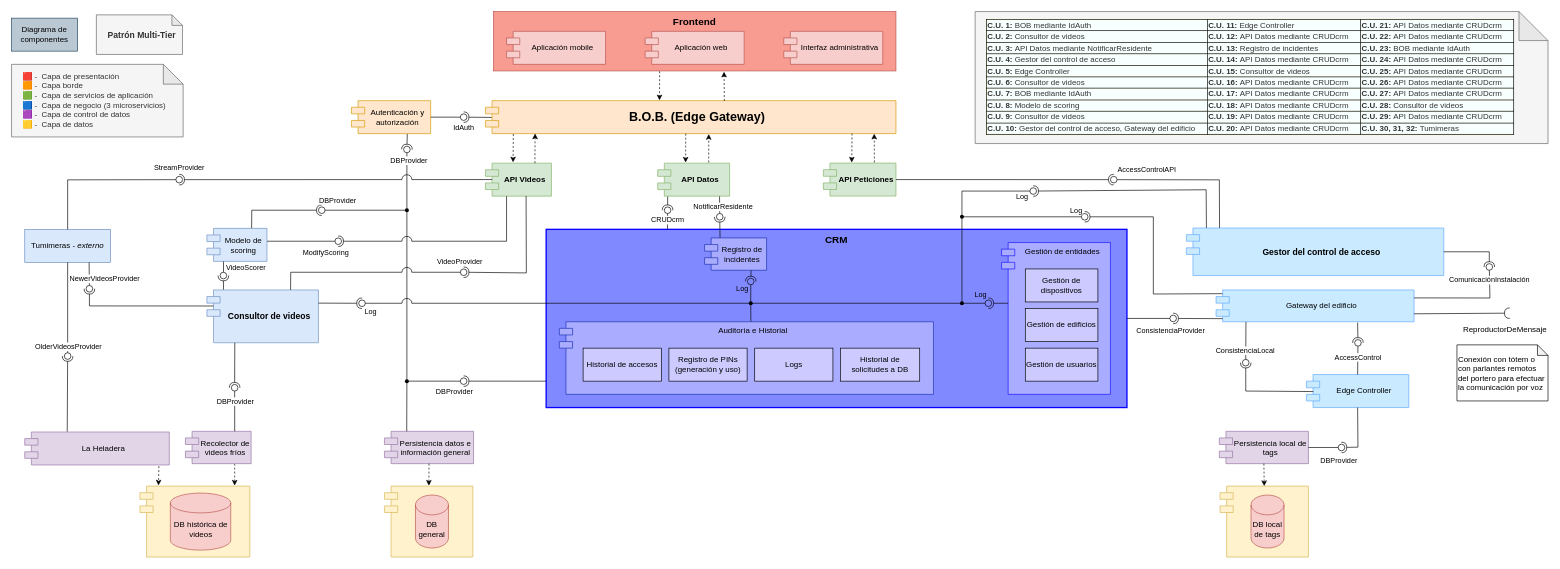
LIMoreno04/Caso-de-estudio---WolfSys---Arquitectura keeps this draw.io diagram as Documentación de la arquitectura/Diagramas/Editables-drawio/Diagrama-de-componentes.drawio. Above is the earlier version. Source tidied: cells renumbered, new cells numbered last; positions are measured from the earlier drawing's top-left corner, leaving out a move shared by most shapes. Both pictures are drawn from the tidied source at 66%, with x=0, y=0 at pixel (11, 11).
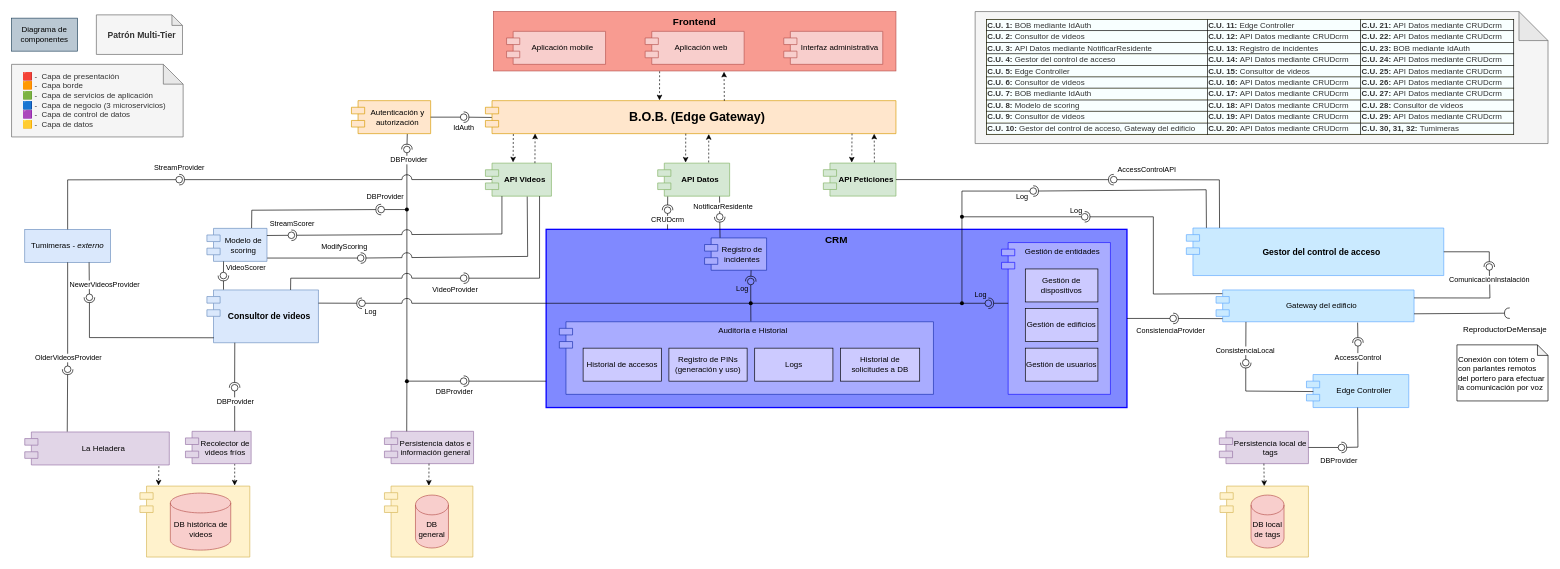
The same diagram, later.

Commit message (it also covers changes not shown here):
modificaciones al modelo de componentes

The change refers to these unchanged cells:
```xml
<mxCell id="10" value="API Videos" style="shape=module;align=left;spacingLeft=20;align=center;verticalAlign=middle;whiteSpace=wrap;html=1;fontStyle=1;fillColor=#d5e8d4;strokeColor=#82b366;" parent="1" vertex="1">
  <mxGeometry x="718" y="229.7" width="100" height="50" as="geometry" />
</mxCell>
<mxCell id="38" value="Consultor de videos" style="shape=module;align=left;spacingLeft=20;align=center;verticalAlign=middle;whiteSpace=wrap;html=1;fontStyle=1;fontSize=13;fillColor=#dae8fc;strokeColor=#6c8ebf;" parent="1" vertex="1">
  <mxGeometry x="296" y="421.8" width="169" height="80" as="geometry" />
</mxCell>
<mxCell id="43" value="Modelo de scoring" style="shape=module;align=left;spacingLeft=20;align=center;verticalAlign=middle;whiteSpace=wrap;html=1;fillColor=#dae8fc;strokeColor=#6c8ebf;" parent="1" vertex="1">
  <mxGeometry x="296" y="328.5" width="91" height="50" as="geometry" />
</mxCell>
```

The edit, as a diff of the source:
```diff
@@
-    <mxCell id="39" style="rounded=0;jettySize=auto;html=1;endArrow=halfCircle;endFill=0;endSize=6;strokeWidth=1;sketch=0;exitX=0.616;exitY=0.995;exitDx=0;exitDy=0;jumpStyle=arc;jumpSize=15;exitPerimeter=0;" parent="1" edge="1" source="10" target="42">
+    <mxCell id="39" style="rounded=0;jettySize=auto;html=1;endArrow=halfCircle;endFill=0;endSize=6;strokeWidth=1;sketch=0;exitX=0.82;exitY=0.999;exitDx=0;exitDy=0;jumpStyle=arc;jumpSize=15;exitPerimeter=0;" parent="1" edge="1" source="10" target="42">
       <mxGeometry relative="1" as="geometry">
         <Array as="points">
-          <mxPoint x="780" y="396" />
+          <mxPoint x="800" y="404" />
         </Array>
       </mxGeometry>
     </mxCell>
     <mxCell id="40" value="VideoProvider" style="edgeLabel;html=1;align=center;verticalAlign=middle;" parent="39" vertex="1">
       <mxGeometry x="0.57" relative="1" as="geometry">
-        <mxPoint x="-52" y="-17" as="offset" />
+        <mxPoint x="-65" y="16" as="offset" />
       </mxGeometry>
     </mxCell>
     <mxCell id="41" style="rounded=0;jettySize=auto;html=1;endArrow=oval;endFill=0;sketch=0;sourcePerimeterSpacing=0;targetPerimeterSpacing=0;endSize=10;jumpStyle=arc;jumpSize=15;exitX=0.75;exitY=0;exitDx=0;exitDy=0;" parent="1" edge="1" source="38" target="42">
       <mxGeometry relative="1" as="geometry">
         <Array as="points">
-          <mxPoint x="423" y="395" />
+          <mxPoint x="423" y="404" />
         </Array>
       </mxGeometry>
     </mxCell>
     <mxCell id="42" style="ellipse;whiteSpace=wrap;html=1;align=center;fillColor=none;strokeColor=none;perimeter=centerPerimeter;points=[];outlineConnect=1;" parent="1" vertex="1">
-      <mxGeometry x="680" y="390" width="10" height="10" as="geometry" />
+      <mxGeometry x="680" y="399" width="10" height="10" as="geometry" />
     </mxCell>
@@
     <mxCell id="68" style="ellipse;whiteSpace=wrap;html=1;align=center;fillColor=none;strokeColor=none;perimeter=centerPerimeter;points=[];outlineConnect=1;" parent="1" vertex="1">
-      <mxGeometry x="80" y="517" width="10" height="10" as="geometry" />
+      <mxGeometry x="80" y="537" width="10" height="10" as="geometry" />
     </mxCell>
-    <mxCell id="69" style="rounded=0;jettySize=auto;html=1;endArrow=halfCircle;endFill=0;endSize=6;strokeWidth=1;sketch=0;exitX=0.058;exitY=0.304;exitDx=0;exitDy=0;exitPerimeter=0;" parent="1" edge="1" source="38" target="72">
+    <mxCell id="69" style="rounded=0;jettySize=auto;html=1;endArrow=halfCircle;endFill=0;endSize=6;strokeWidth=1;sketch=0;exitX=0.062;exitY=0.906;exitDx=0;exitDy=0;exitPerimeter=0;" parent="1" edge="1" source="38" target="72">
       <mxGeometry relative="1" as="geometry">
         <Array as="points">
-          <mxPoint x="118" y="446" />
+          <mxPoint x="118" y="494" />
         </Array>
       </mxGeometry>
     </mxCell>
@@
     <mxCell id="72" style="ellipse;whiteSpace=wrap;html=1;align=center;fillColor=none;strokeColor=none;perimeter=centerPerimeter;points=[];outlineConnect=1;" parent="1" vertex="1">
-      <mxGeometry x="113" y="415" width="10" height="10" as="geometry" />
+      <mxGeometry x="113" y="428" width="10" height="10" as="geometry" />
     </mxCell>
@@
-    <mxCell id="164" style="rounded=0;jettySize=auto;html=1;endArrow=halfCircle;endFill=0;endSize=6;strokeWidth=1;sketch=0;jumpStyle=arc;jumpSize=15;exitX=0.32;exitY=1.004;exitDx=0;exitDy=0;exitPerimeter=0;" parent="1" edge="1" source="10" target="167">
+    <mxCell id="164" style="rounded=0;jettySize=auto;html=1;endArrow=halfCircle;endFill=0;endSize=6;strokeWidth=1;sketch=0;jumpStyle=arc;jumpSize=15;exitX=0.633;exitY=1.013;exitDx=0;exitDy=0;exitPerimeter=0;" parent="1" edge="1" source="10" target="167">
       <mxGeometry relative="1" as="geometry">
         <Array as="points">
-          <mxPoint x="750" y="348" />
+          <mxPoint x="782" y="371" />
         </Array>
       </mxGeometry>
     </mxCell>
-    <mxCell id="165" style="rounded=0;jettySize=auto;html=1;endArrow=oval;endFill=0;sketch=0;sourcePerimeterSpacing=0;targetPerimeterSpacing=0;endSize=10;exitX=1.002;exitY=0.39;exitDx=0;exitDy=0;exitPerimeter=0;" parent="1" edge="1" source="43" target="167">
+    <mxCell id="165" style="rounded=0;jettySize=auto;html=1;endArrow=oval;endFill=0;sketch=0;sourcePerimeterSpacing=0;targetPerimeterSpacing=0;endSize=10;exitX=1.004;exitY=0.9;exitDx=0;exitDy=0;exitPerimeter=0;" parent="1" edge="1" source="43" target="167">
       <mxGeometry relative="1" as="geometry" />
     </mxCell>
     <mxCell id="166" value="ModifyScoring" style="edgeLabel;html=1;align=center;verticalAlign=middle;" parent="165" vertex="1">
       <mxGeometry x="0.68" y="-1" relative="1" as="geometry">
-        <mxPoint x="-3" y="15" as="offset" />
+        <mxPoint x="-3" y="-19" as="offset" />
       </mxGeometry>
     </mxCell>
     <mxCell id="167" style="ellipse;whiteSpace=wrap;html=1;align=center;fillColor=none;strokeColor=none;perimeter=centerPerimeter;points=[];outlineConnect=1;" parent="1" vertex="1">
-      <mxGeometry x="490" y="343" width="10" height="10" as="geometry" />
+      <mxGeometry x="524" y="368.5" width="10" height="10" as="geometry" />
     </mxCell>
     <mxCell id="168" style="shape=waypoint;sketch=0;fillStyle=solid;size=6;points=[];fillColor=none;perimeter=centerPerimeter;snapToPoint=1;" parent="1" vertex="1">
-      <mxGeometry x="589" y="291" width="20" height="20" as="geometry" />
+      <mxGeometry x="589" y="290" width="20" height="20" as="geometry" />
     </mxCell>
@@
     <mxCell id="171" style="ellipse;whiteSpace=wrap;html=1;align=center;fillColor=none;strokeColor=none;perimeter=centerPerimeter;points=[];outlineConnect=1;" parent="1" vertex="1">
-      <mxGeometry x="465" y="296" width="10" height="10" as="geometry" />
+      <mxGeometry x="555" y="295" width="10" height="10" as="geometry" />
     </mxCell>
     <mxCell id="172" value="DBProvider" style="edgeLabel;html=1;align=center;verticalAlign=middle;" parent="1" vertex="1">
-      <mxGeometry x="493" y="285" as="geometry" />
+      <mxGeometry x="565" y="279.7" as="geometry" />
     </mxCell>
+    <mxCell id="173" style="rounded=0;jettySize=auto;html=1;endArrow=halfCircle;endFill=0;endSize=6;strokeWidth=1;sketch=0;exitX=0.25;exitY=1;exitDx=0;exitDy=0;jumpStyle=arc;jumpSize=15;" parent="1" edge="1" source="10" target="175">
+      <mxGeometry relative="1" as="geometry">
+        <Array as="points">
+          <mxPoint x="743" y="337" />
+        </Array>
+      </mxGeometry>
+    </mxCell>
+    <mxCell id="174" style="rounded=0;jettySize=auto;html=1;endArrow=oval;endFill=0;sketch=0;sourcePerimeterSpacing=0;targetPerimeterSpacing=0;endSize=10;exitX=0.999;exitY=0.216;exitDx=0;exitDy=0;exitPerimeter=0;" parent="1" edge="1" source="43" target="175">
+      <mxGeometry relative="1" as="geometry" />
+    </mxCell>
+    <mxCell id="175" style="ellipse;whiteSpace=wrap;html=1;align=center;fillColor=none;strokeColor=none;perimeter=centerPerimeter;points=[];outlineConnect=1;" parent="1" vertex="1">
+      <mxGeometry x="419" y="334" width="10" height="10" as="geometry" />
+    </mxCell>
+    <mxCell id="176" value="StreamScorer" style="edgeLabel;html=1;align=center;verticalAlign=middle;" parent="1" vertex="1">
+      <mxGeometry x="424" y="321" as="geometry" />
+    </mxCell>
```
